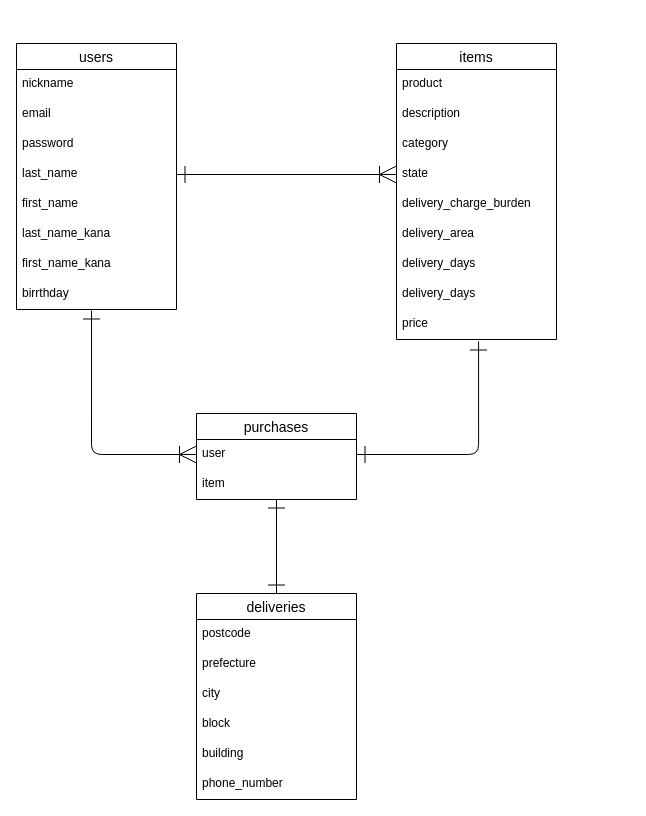
Before: furima.dio in copanda-2007/furima-37525, a draw.io diagram. Source tidied: cells renumbered, new cells numbered last; positions are measured from the earlier drawing's top-left corner, leaving out a move shared by most shapes. Both pictures are drawn from the tidied source at 100%, with x=0, y=0 at pixel (16, 43).
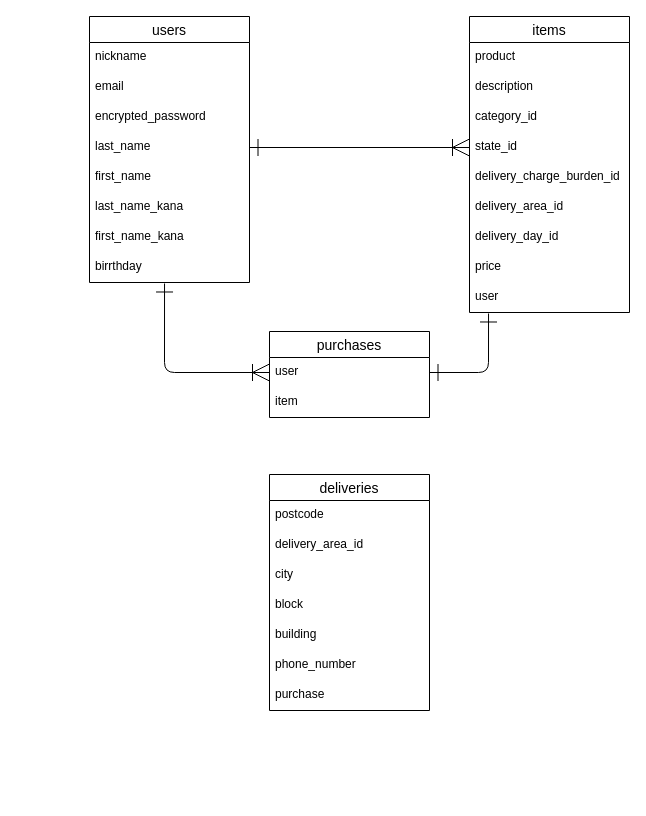
Above is the later version.

Unchanged cells that the change refers to:
```xml
<mxCell id="22" value="user" style="text;strokeColor=none;fillColor=none;spacingLeft=4;spacingRight=4;overflow=hidden;points=[[0,0.5],[1,0.5]];portConstraint=eastwest;fontSize=12;fontFamily=Helvetica;fontColor=default;startSize=30;" parent="21" vertex="1">
  <mxGeometry y="26" width="160" height="30" as="geometry" />
</mxCell>
<mxCell id="23" value="item" style="text;strokeColor=none;fillColor=none;spacingLeft=4;spacingRight=4;overflow=hidden;points=[[0,0.5],[1,0.5]];portConstraint=eastwest;fontSize=12;fontFamily=Helvetica;fontColor=default;startSize=30;" parent="21" vertex="1">
  <mxGeometry y="56" width="160" height="30" as="geometry" />
</mxCell>
```

Change to the diagram source:
```diff
@@
     <mxCell id="2" value="users" style="swimlane;fontStyle=0;horizontal=1;startSize=26;align=center;fontSize=14;fontFamily=Helvetica;fontColor=default;strokeColor=default;fillColor=default;" parent="1" vertex="1">
-      <mxGeometry width="160" height="266" as="geometry" />
+      <mxGeometry x="73" y="-27" width="160" height="266" as="geometry" />
     </mxCell>
@@
-    <mxCell id="5" value="password" style="text;strokeColor=none;fillColor=none;spacingLeft=4;spacingRight=4;overflow=hidden;fontSize=12;fontFamily=Helvetica;fontColor=default;startSize=30;" parent="2" vertex="1">
+    <mxCell id="5" value="encrypted_password" style="text;strokeColor=none;fillColor=none;spacingLeft=4;spacingRight=4;overflow=hidden;fontSize=12;fontFamily=Helvetica;fontColor=default;startSize=30;" parent="2" vertex="1">
       <mxGeometry y="86" width="160" height="30" as="geometry" />
     </mxCell>
@@
     <mxCell id="11" value="items" style="swimlane;fontStyle=0;horizontal=1;startSize=26;align=center;fontSize=14;fontFamily=Helvetica;fontColor=default;strokeColor=default;fillColor=default;" parent="1" vertex="1">
-      <mxGeometry x="380" width="160" height="296" as="geometry" />
+      <mxGeometry x="453" y="-27" width="160" height="296" as="geometry" />
     </mxCell>
@@
-    <mxCell id="14" value="category" style="text;strokeColor=none;fillColor=none;spacingLeft=4;spacingRight=4;overflow=hidden;fontSize=12;fontFamily=Helvetica;fontColor=default;startSize=30;" parent="11" vertex="1">
+    <mxCell id="14" value="category_id" style="text;strokeColor=none;fillColor=none;spacingLeft=4;spacingRight=4;overflow=hidden;fontSize=12;fontFamily=Helvetica;fontColor=default;startSize=30;" parent="11" vertex="1">
       <mxGeometry y="86" width="160" height="30" as="geometry" />
     </mxCell>
-    <mxCell id="15" value="state" style="text;strokeColor=none;fillColor=none;spacingLeft=4;spacingRight=4;overflow=hidden;points=[[0,0.5],[1,0.5]];portConstraint=eastwest;fontSize=12;fontFamily=Helvetica;fontColor=default;startSize=30;" parent="11" vertex="1">
+    <mxCell id="15" value="state_id" style="text;strokeColor=none;fillColor=none;spacingLeft=4;spacingRight=4;overflow=hidden;points=[[0,0.5],[1,0.5]];portConstraint=eastwest;fontSize=12;fontFamily=Helvetica;fontColor=default;startSize=30;" parent="11" vertex="1">
       <mxGeometry y="116" width="160" height="30" as="geometry" />
     </mxCell>
-    <mxCell id="16" value="delivery_charge_burden" style="text;strokeColor=none;fillColor=none;spacingLeft=4;spacingRight=4;overflow=hidden;fontSize=12;fontFamily=Helvetica;fontColor=default;startSize=30;" parent="11" vertex="1">
+    <mxCell id="16" value="delivery_charge_burden_id" style="text;strokeColor=none;fillColor=none;spacingLeft=4;spacingRight=4;overflow=hidden;fontSize=12;fontFamily=Helvetica;fontColor=default;startSize=30;" parent="11" vertex="1">
       <mxGeometry y="146" width="160" height="30" as="geometry" />
     </mxCell>
-    <mxCell id="17" value="delivery_area" style="text;strokeColor=none;fillColor=none;spacingLeft=4;spacingRight=4;overflow=hidden;fontSize=12;fontFamily=Helvetica;fontColor=default;startSize=30;" parent="11" vertex="1">
+    <mxCell id="17" value="delivery_area_id" style="text;strokeColor=none;fillColor=none;spacingLeft=4;spacingRight=4;overflow=hidden;fontSize=12;fontFamily=Helvetica;fontColor=default;startSize=30;" parent="11" vertex="1">
       <mxGeometry y="176" width="160" height="30" as="geometry" />
     </mxCell>
-    <mxCell id="18" value="delivery_days" style="text;strokeColor=none;fillColor=none;spacingLeft=4;spacingRight=4;overflow=hidden;fontSize=12;fontFamily=Helvetica;fontColor=default;startSize=30;" parent="11" vertex="1">
+    <mxCell id="18" value="delivery_day_id" style="text;strokeColor=none;fillColor=none;spacingLeft=4;spacingRight=4;overflow=hidden;fontSize=12;fontFamily=Helvetica;fontColor=default;startSize=30;" parent="11" vertex="1">
       <mxGeometry y="206" width="160" height="30" as="geometry" />
     </mxCell>
-    <mxCell id="19" value="delivery_days" style="text;strokeColor=none;fillColor=none;spacingLeft=4;spacingRight=4;overflow=hidden;fontSize=12;fontFamily=Helvetica;fontColor=default;startSize=30;" parent="11" vertex="1">
-      <mxGeometry y="236" width="160" height="30" as="geometry" />
-    </mxCell>
+    <mxCell id="35" value="price" style="text;strokeColor=none;fillColor=none;spacingLeft=4;spacingRight=4;overflow=hidden;fontSize=12;fontFamily=Helvetica;fontColor=default;startSize=30;" parent="11" vertex="1">
+      <mxGeometry y="236" width="160" height="30" as="geometry" />
+    </mxCell>
-    <mxCell id="20" value="price" style="text;strokeColor=none;fillColor=none;spacingLeft=4;spacingRight=4;overflow=hidden;points=[[0,0.5],[1,0.5]];portConstraint=eastwest;fontSize=12;fontFamily=Helvetica;fontColor=default;startSize=30;" parent="11" vertex="1">
+    <mxCell id="20" value="user" style="text;strokeColor=none;fillColor=none;spacingLeft=4;spacingRight=4;overflow=hidden;points=[[0,0.5],[1,0.5]];portConstraint=eastwest;fontSize=12;fontFamily=Helvetica;fontColor=default;startSize=30;" parent="11" vertex="1">
       <mxGeometry y="266" width="160" height="30" as="geometry" />
     </mxCell>
     <mxCell id="21" value="purchases" style="swimlane;fontStyle=0;horizontal=1;startSize=26;align=center;fontSize=14;fontFamily=Helvetica;fontColor=default;strokeColor=default;fillColor=default;" parent="1" vertex="1">
-      <mxGeometry x="180" y="370" width="160" height="86" as="geometry" />
+      <mxGeometry x="253" y="288" width="160" height="86" as="geometry" />
     </mxCell>
@@
-    <mxCell id="24" style="edgeStyle=orthogonalEdgeStyle;html=1;exitX=0.5;exitY=0;exitDx=0;exitDy=0;entryX=0.5;entryY=1;entryDx=0;entryDy=0;entryPerimeter=0;fontFamily=Helvetica;fontSize=12;fontColor=default;startArrow=ERone;startFill=0;endArrow=ERone;endFill=0;startSize=15;endSize=15;strokeWidth=1;sourcePerimeterSpacing=15;targetPerimeterSpacing=15;" parent="1" edge="1" source="25" target="23">
-      <mxGeometry relative="1" as="geometry" />
-    </mxCell>
     <mxCell id="25" value="deliveries" style="swimlane;fontStyle=0;horizontal=1;startSize=26;align=center;fontSize=14;fontFamily=Helvetica;fontColor=default;strokeColor=default;fillColor=default;" parent="1" vertex="1">
-      <mxGeometry x="180" y="550" width="160" height="206" as="geometry" />
+      <mxGeometry x="253" y="431" width="160" height="236" as="geometry" />
     </mxCell>
@@
-    <mxCell id="27" value="prefecture" style="text;strokeColor=none;fillColor=none;spacingLeft=4;spacingRight=4;overflow=hidden;fontSize=12;fontFamily=Helvetica;fontColor=default;startSize=30;" parent="25" vertex="1">
+    <mxCell id="27" value="delivery_area_id" style="text;strokeColor=none;fillColor=none;spacingLeft=4;spacingRight=4;overflow=hidden;fontSize=12;fontFamily=Helvetica;fontColor=default;startSize=30;" parent="25" vertex="1">
       <mxGeometry y="56" width="160" height="30" as="geometry" />
     </mxCell>
@@
+    <mxCell id="36" value="phone_number" style="text;strokeColor=none;fillColor=none;spacingLeft=4;spacingRight=4;overflow=hidden;fontSize=12;fontFamily=Helvetica;fontColor=default;startSize=30;" parent="25" vertex="1">
+      <mxGeometry y="176" width="160" height="30" as="geometry" />
+    </mxCell>
-    <mxCell id="31" value="phone_number" style="text;strokeColor=none;fillColor=none;spacingLeft=4;spacingRight=4;overflow=hidden;fontSize=12;fontFamily=Helvetica;fontColor=default;startSize=30;" parent="25" vertex="1">
-      <mxGeometry y="176" width="160" height="30" as="geometry" />
+    <mxCell id="31" value="purchase" style="text;strokeColor=none;fillColor=none;spacingLeft=4;spacingRight=4;overflow=hidden;fontSize=12;fontFamily=Helvetica;fontColor=default;startSize=30;" parent="25" vertex="1">
+      <mxGeometry y="206" width="160" height="30" as="geometry" />
     </mxCell>
@@
-    <mxCell id="34" style="edgeStyle=orthogonalEdgeStyle;html=1;exitX=1;exitY=0.5;exitDx=0;exitDy=0;fontFamily=Helvetica;fontSize=12;fontColor=default;startArrow=ERone;startFill=0;endArrow=ERone;endFill=0;startSize=15;endSize=15;strokeWidth=1;entryX=0.513;entryY=1.067;entryDx=0;entryDy=0;entryPerimeter=0;targetPerimeterSpacing=15;sourcePerimeterSpacing=15;" parent="1" edge="1" source="22" target="20">
-      <mxGeometry relative="1" as="geometry">
-        <Array as="points">
-          <mxPoint x="462" y="411" />
-        </Array>
-      </mxGeometry>
+    <mxCell id="34" style="edgeStyle=orthogonalEdgeStyle;html=1;exitX=1;exitY=0.5;exitDx=0;exitDy=0;fontFamily=Helvetica;fontSize=12;fontColor=default;startArrow=ERone;startFill=0;endArrow=ERone;endFill=0;startSize=15;endSize=15;sourcePerimeterSpacing=15;targetPerimeterSpacing=15;strokeWidth=1;entryX=0.119;entryY=1.033;entryDx=0;entryDy=0;entryPerimeter=0;" parent="1" edge="1" source="22" target="20">
+      <mxGeometry relative="1" as="geometry" />
     </mxCell>
```
